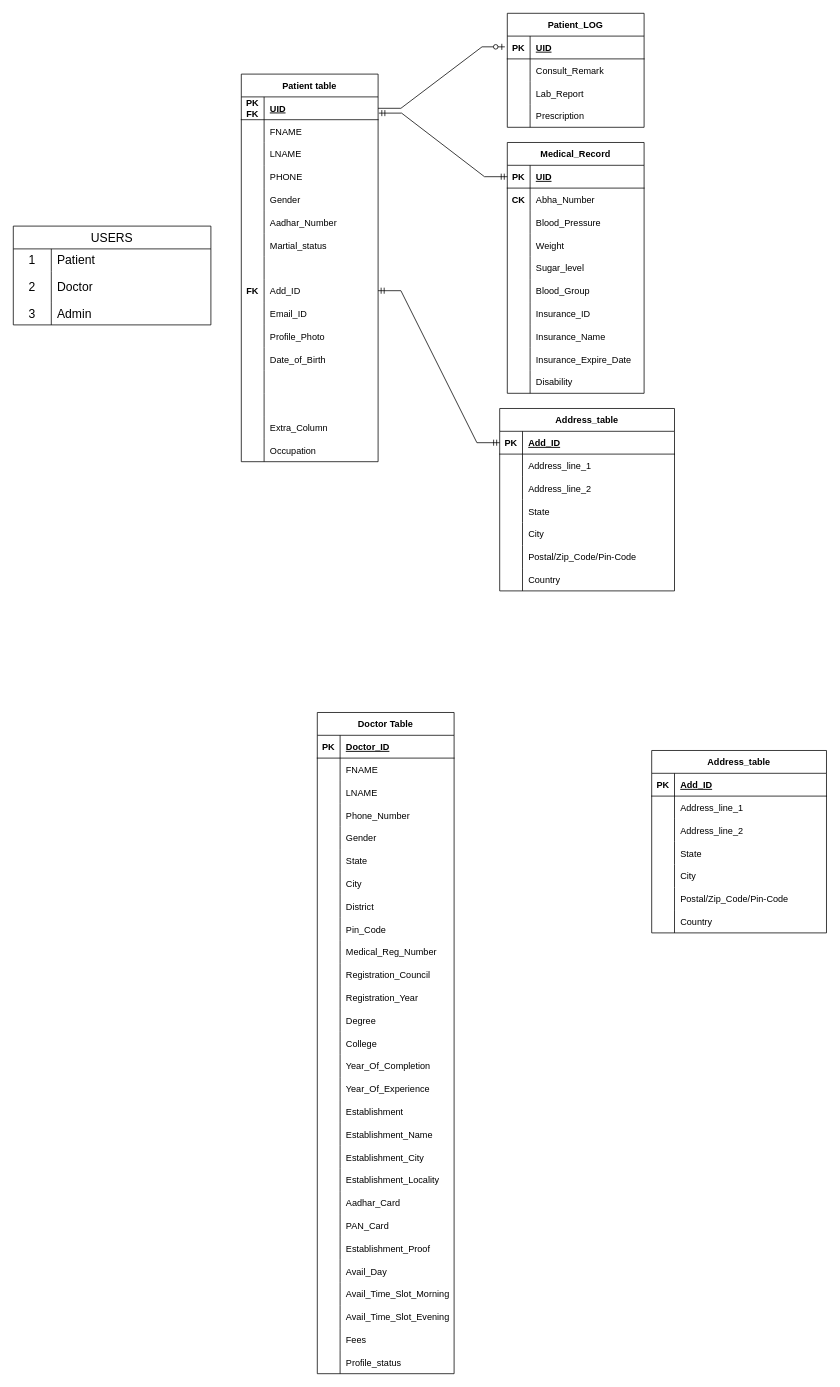
Before: database/diag/Database_UML.drawio in cdacproject786/PROJECT-DOCUMENTATION-MODULE, a draw.io diagram. Source tidied: cells renumbered, new cells numbered last; positions are measured from the earlier drawing's top-left corner, leaving out a move shared by most shapes. Both pictures are drawn from the tidied source at 76%, with x=0, y=0 at pixel (13, 13).
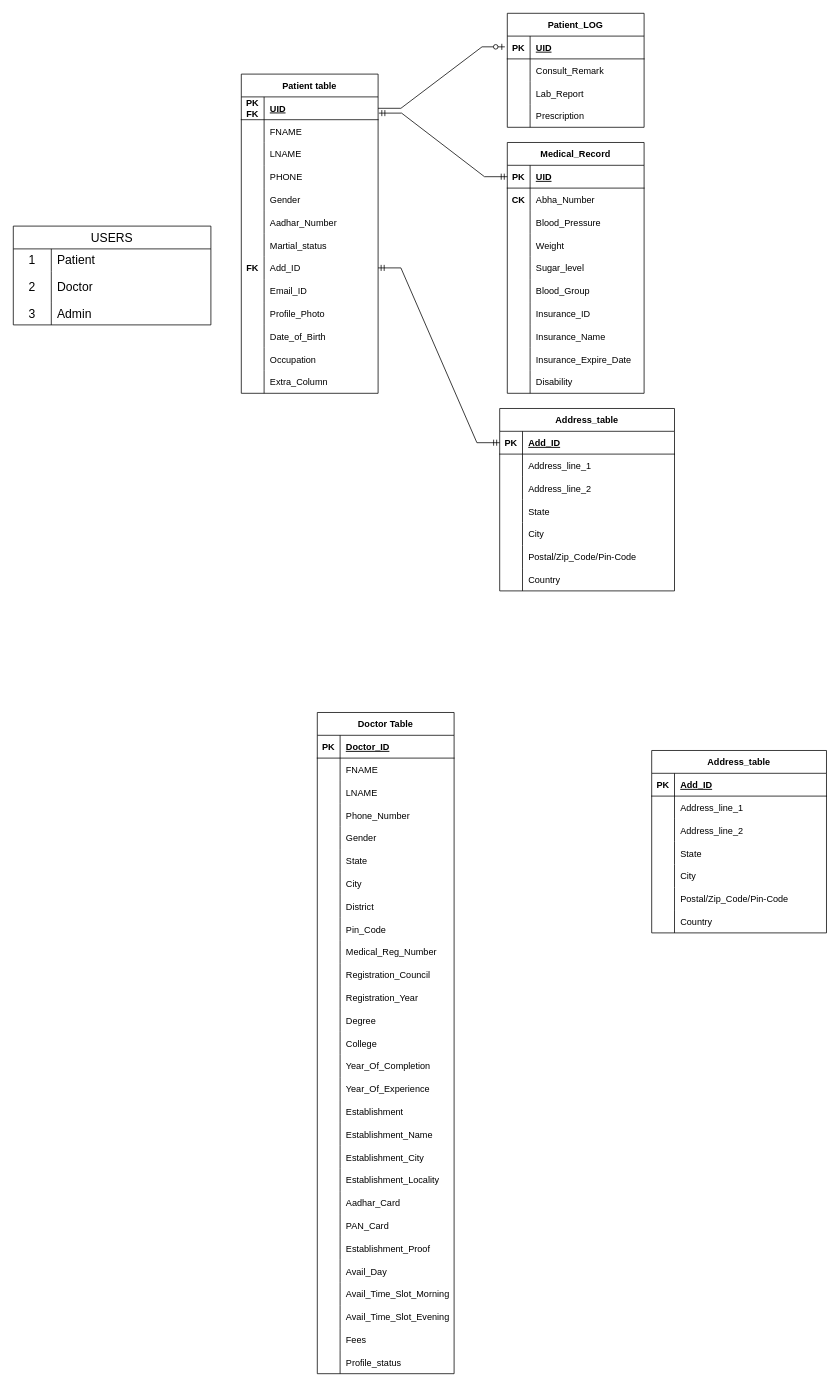
The same diagram, later.

Diff of the diagram source:
```diff
@@
     <mxCell id="12" value="Patient table" style="shape=table;startSize=30;childLayout=tableLayout;rowLines=0;fontStyle=1;align=center;" parent="1" vertex="1">
-      <mxGeometry x="300" y="80" width="180" height="510" as="geometry" />
+      <mxGeometry x="300" y="80" width="180" height="420" as="geometry" />
     </mxCell>
@@
-    <mxCell id="34" style="shape=tableRow;horizontal=0;startSize=0;swimlaneHead=0;swimlaneBody=0;fillColor=none;top=0;left=0;right=0;bottom=0;" parent="12" vertex="1">
-      <mxGeometry y="240" width="180" height="30" as="geometry" />
-    </mxCell>
-    <mxCell id="35" style="shape=partialRectangle;fillColor=none;top=0;left=0;bottom=0;right=0;overflow=hidden;" parent="34" vertex="1">
-      <mxGeometry width="30" height="30" as="geometry" />
-    </mxCell>
-    <mxCell id="36" style="shape=partialRectangle;fillColor=none;top=0;left=0;bottom=0;right=0;align=left;spacingLeft=6;overflow=hidden;" parent="34" vertex="1">
-      <mxGeometry x="30" width="150" height="30" as="geometry" />
-    </mxCell>
     <mxCell id="37" style="shape=tableRow;horizontal=0;startSize=0;swimlaneHead=0;swimlaneBody=0;fillColor=none;points=[[0,0.5],[1,0.5]];portConstraint=eastwest;top=0;left=0;right=0;bottom=0;" parent="12" vertex="1">
-      <mxGeometry y="270" width="180" height="30" as="geometry" />
+      <mxGeometry y="240" width="180" height="30" as="geometry" />
     </mxCell>
@@
     <mxCell id="40" style="shape=tableRow;horizontal=0;startSize=0;swimlaneHead=0;swimlaneBody=0;fillColor=none;top=0;left=0;right=0;bottom=0;" parent="12" vertex="1">
-      <mxGeometry y="300" width="180" height="30" as="geometry" />
+      <mxGeometry y="270" width="180" height="30" as="geometry" />
     </mxCell>
@@
     <mxCell id="43" style="shape=tableRow;horizontal=0;startSize=0;swimlaneHead=0;swimlaneBody=0;fillColor=none;top=0;left=0;right=0;bottom=0;" parent="12" vertex="1">
-      <mxGeometry y="330" width="180" height="30" as="geometry" />
+      <mxGeometry y="300" width="180" height="30" as="geometry" />
     </mxCell>
@@
     <mxCell id="46" style="shape=tableRow;horizontal=0;startSize=0;swimlaneHead=0;swimlaneBody=0;fillColor=none;top=0;left=0;right=0;bottom=0;" parent="12" vertex="1">
-      <mxGeometry y="360" width="180" height="30" as="geometry" />
+      <mxGeometry y="330" width="180" height="30" as="geometry" />
     </mxCell>
@@
-    <mxCell id="49" style="shape=tableRow;horizontal=0;startSize=0;swimlaneHead=0;swimlaneBody=0;fillColor=none;top=0;left=0;right=0;bottom=0;" parent="12" vertex="1">
-      <mxGeometry y="390" width="180" height="30" as="geometry" />
-    </mxCell>
-    <mxCell id="50" style="shape=partialRectangle;fillColor=none;top=0;left=0;bottom=0;right=0;overflow=hidden;fontStyle=1;" parent="49" vertex="1">
-      <mxGeometry width="30" height="30" as="geometry" />
-    </mxCell>
-    <mxCell id="51" style="shape=partialRectangle;fillColor=none;top=0;left=0;bottom=0;right=0;align=left;spacingLeft=6;overflow=hidden;" parent="49" vertex="1">
-      <mxGeometry x="30" width="150" height="30" as="geometry" />
-    </mxCell>
-    <mxCell id="52" style="shape=tableRow;horizontal=0;startSize=0;swimlaneHead=0;swimlaneBody=0;fillColor=none;top=0;left=0;right=0;bottom=0;" parent="12" vertex="1">
-      <mxGeometry y="420" width="180" height="30" as="geometry" />
-    </mxCell>
-    <mxCell id="53" style="shape=partialRectangle;fillColor=none;top=0;left=0;bottom=0;right=0;overflow=hidden;" parent="52" vertex="1">
-      <mxGeometry width="30" height="30" as="geometry" />
-    </mxCell>
-    <mxCell id="54" style="shape=partialRectangle;fillColor=none;top=0;left=0;bottom=0;right=0;align=left;spacingLeft=6;overflow=hidden;" parent="52" vertex="1">
-      <mxGeometry x="30" width="150" height="30" as="geometry" />
-    </mxCell>
+    <mxCell id="58" style="shape=tableRow;horizontal=0;startSize=0;swimlaneHead=0;swimlaneBody=0;fillColor=none;top=0;left=0;right=0;bottom=0;" parent="12" vertex="1">
+      <mxGeometry y="360" width="180" height="30" as="geometry" />
+    </mxCell>
+    <mxCell id="59" style="shape=partialRectangle;fillColor=none;top=0;left=0;bottom=0;right=0;overflow=hidden;" parent="58" vertex="1">
+      <mxGeometry width="30" height="30" as="geometry" />
+    </mxCell>
+    <mxCell id="60" value="Occupation" style="shape=partialRectangle;fillColor=none;top=0;left=0;bottom=0;right=0;align=left;spacingLeft=6;overflow=hidden;" parent="58" vertex="1">
+      <mxGeometry x="30" width="150" height="30" as="geometry" />
+    </mxCell>
     <mxCell id="55" style="shape=tableRow;horizontal=0;startSize=0;swimlaneHead=0;swimlaneBody=0;fillColor=none;top=0;left=0;right=0;bottom=0;" parent="12" vertex="1">
-      <mxGeometry y="450" width="180" height="30" as="geometry" />
+      <mxGeometry y="390" width="180" height="30" as="geometry" />
     </mxCell>
@@
-    <mxCell id="58" style="shape=tableRow;horizontal=0;startSize=0;swimlaneHead=0;swimlaneBody=0;fillColor=none;top=0;left=0;right=0;bottom=0;" parent="12" vertex="1">
-      <mxGeometry y="480" width="180" height="30" as="geometry" />
-    </mxCell>
-    <mxCell id="59" style="shape=partialRectangle;fillColor=none;top=0;left=0;bottom=0;right=0;overflow=hidden;" parent="58" vertex="1">
-      <mxGeometry width="30" height="30" as="geometry" />
-    </mxCell>
-    <mxCell id="60" value="Occupation" style="shape=partialRectangle;fillColor=none;top=0;left=0;bottom=0;right=0;align=left;spacingLeft=6;overflow=hidden;" parent="58" vertex="1">
-      <mxGeometry x="30" width="150" height="30" as="geometry" />
-    </mxCell>
```
